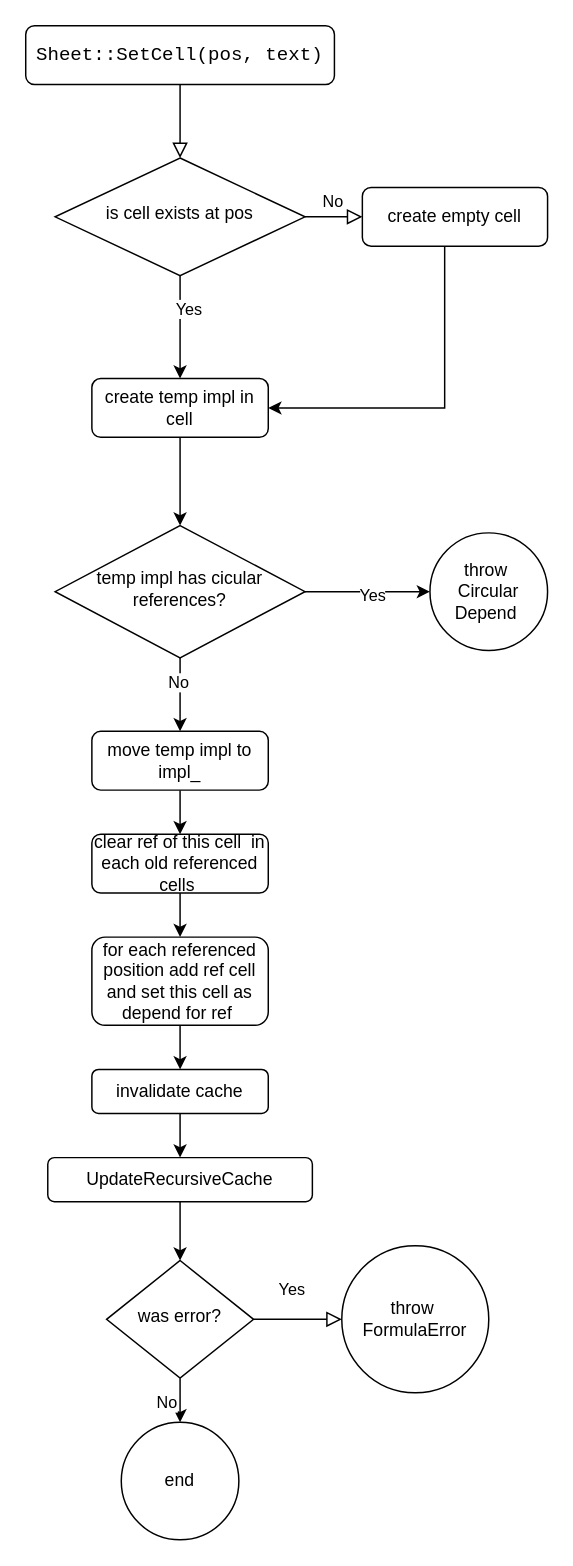
The draw.io diagram new_cell.drawio in misandr/test_homework, before the edit. Source tidied: cells renumbered, new cells numbered last; positions are measured from the earlier drawing's top-left corner, leaving out a move shared by most shapes. Both pictures are drawn from the tidied source at 147%, with x=0, y=0 at pixel (25, 25).
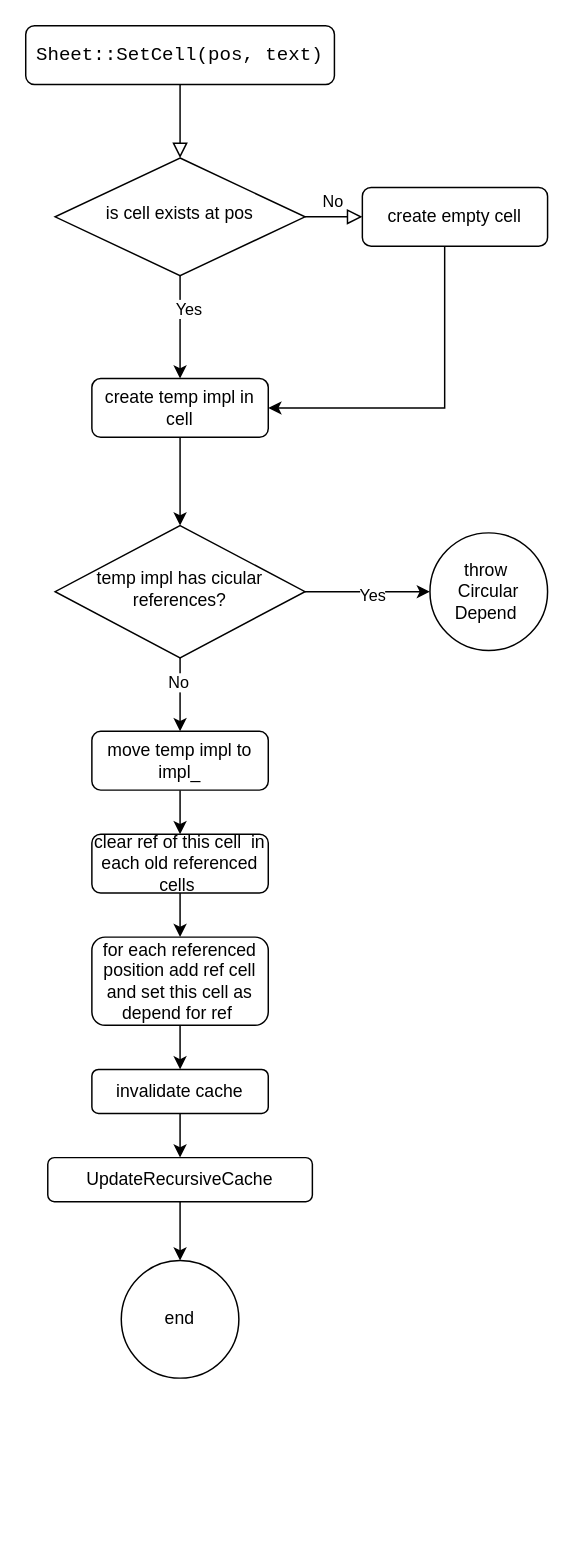
Above is the later version.

The change refers to these unchanged cells:
```xml
<mxCell id="28" value="UpdateRecursiveCache" style="rounded=1;whiteSpace=wrap;html=1;fontSize=12;glass=0;strokeWidth=1;shadow=0;" parent="1" vertex="1">
  <mxGeometry x="15" y="770" width="180" height="30" as="geometry" />
</mxCell>
```

The edit, as a diff of the source:
```diff
@@
     <mxCell id="24" value="end" style="ellipse;whiteSpace=wrap;html=1;" parent="1" vertex="1">
-      <mxGeometry x="65" y="950" width="80" height="80" as="geometry" />
+      <mxGeometry x="65" y="840" width="80" height="80" as="geometry" />
     </mxCell>
@@
-    <mxCell id="27" style="edgeStyle=orthogonalEdgeStyle;rounded=0;jettySize=auto;html=1;entryX=0.5;entryY=0;entryDx=0;entryDy=0;exitX=0.5;exitY=1;exitDx=0;exitDy=0;" parent="1" edge="1" source="28" target="31">
-      <mxGeometry relative="1" as="geometry" />
+    <mxCell id="27" style="edgeStyle=orthogonalEdgeStyle;rounded=0;jettySize=auto;html=1;entryX=0.5;entryY=0;entryDx=0;entryDy=0;exitX=0.5;exitY=1;exitDx=0;exitDy=0;" parent="1" edge="1" source="28">
+      <mxGeometry relative="1" as="geometry">
+        <mxPoint x="105" y="840" as="targetPoint" />
+      </mxGeometry>
     </mxCell>
@@
-    <mxCell id="29" style="edgeStyle=orthogonalEdgeStyle;rounded=0;jettySize=auto;html=1;entryX=0.5;entryY=0;entryDx=0;entryDy=0;" parent="1" edge="1" source="31" target="24">
-      <mxGeometry relative="1" as="geometry" />
-    </mxCell>
-    <mxCell id="30" value="No" style="edgeLabel;html=1;align=center;verticalAlign=middle;" parent="29" vertex="1">
-      <mxGeometry x="0.44" y="-1" relative="1" as="geometry">
-        <mxPoint x="-9" as="offset" />
-      </mxGeometry>
-    </mxCell>
-    <mxCell id="31" value="was error?" style="rhombus;whiteSpace=wrap;html=1;shadow=0;fontFamily=Helvetica;fontSize=12;align=center;strokeWidth=1;spacing=6;spacingTop=-4;" parent="1" vertex="1">
-      <mxGeometry x="55" y="840" width="100" height="80" as="geometry" />
-    </mxCell>
-    <mxCell id="32" value="throw&amp;nbsp;&lt;div&gt;FormulaError&lt;/div&gt;" style="ellipse;whiteSpace=wrap;html=1;" parent="1" vertex="1">
-      <mxGeometry x="215" y="830" width="100" height="100" as="geometry" />
-    </mxCell>
-    <mxCell id="33" value="Yes" style="edgeStyle=orthogonalEdgeStyle;rounded=0;html=1;jettySize=auto;fontSize=11;endArrow=block;endFill=0;endSize=8;strokeWidth=1;shadow=0;labelBackgroundColor=none;entryX=0;entryY=0.5;entryDx=0;entryDy=0;exitX=1;exitY=0.5;exitDx=0;exitDy=0;" parent="1" edge="1" source="31" target="32">
-      <mxGeometry x="-0.14" y="20" relative="1" as="geometry" />
-    </mxCell>
```
